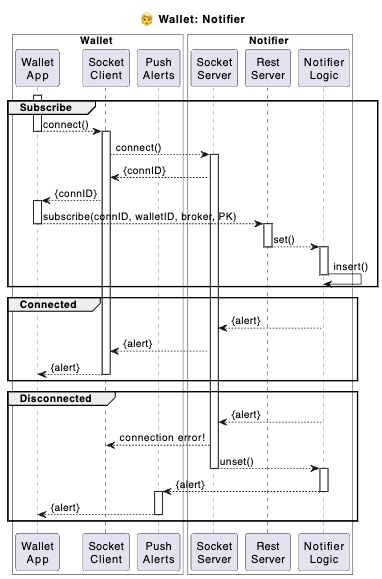
Above: 4 ⚙️ Solution/20 🧑‍🦰 UI/Notifiers 📣/.📎 Assets/📣 Notifier UML.png in pollyweb-org/pollyweb-docs (PlantUML), before the change. Its source is kept beside it as 4 ⚙️ Solution/20 🧑‍🦰 UI/Notifiers 📣/.📎 Assets/📣 Notifier UML.puml.
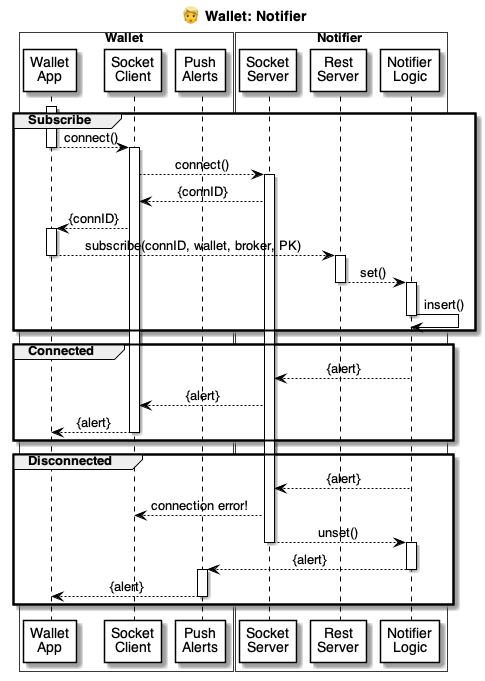
The same diagram one commit later.

Change to the diagram source:
```diff
@@ -29,7 +29,7 @@
 
     client --> wallet: {connID}
     activate wallet
-        wallet --> rest: subscribe(connID, walletID, broker, PK)
+        wallet --> rest: subscribe(connID, wallet, broker, PK)
     deactivate wallet
 
     activate rest
```
